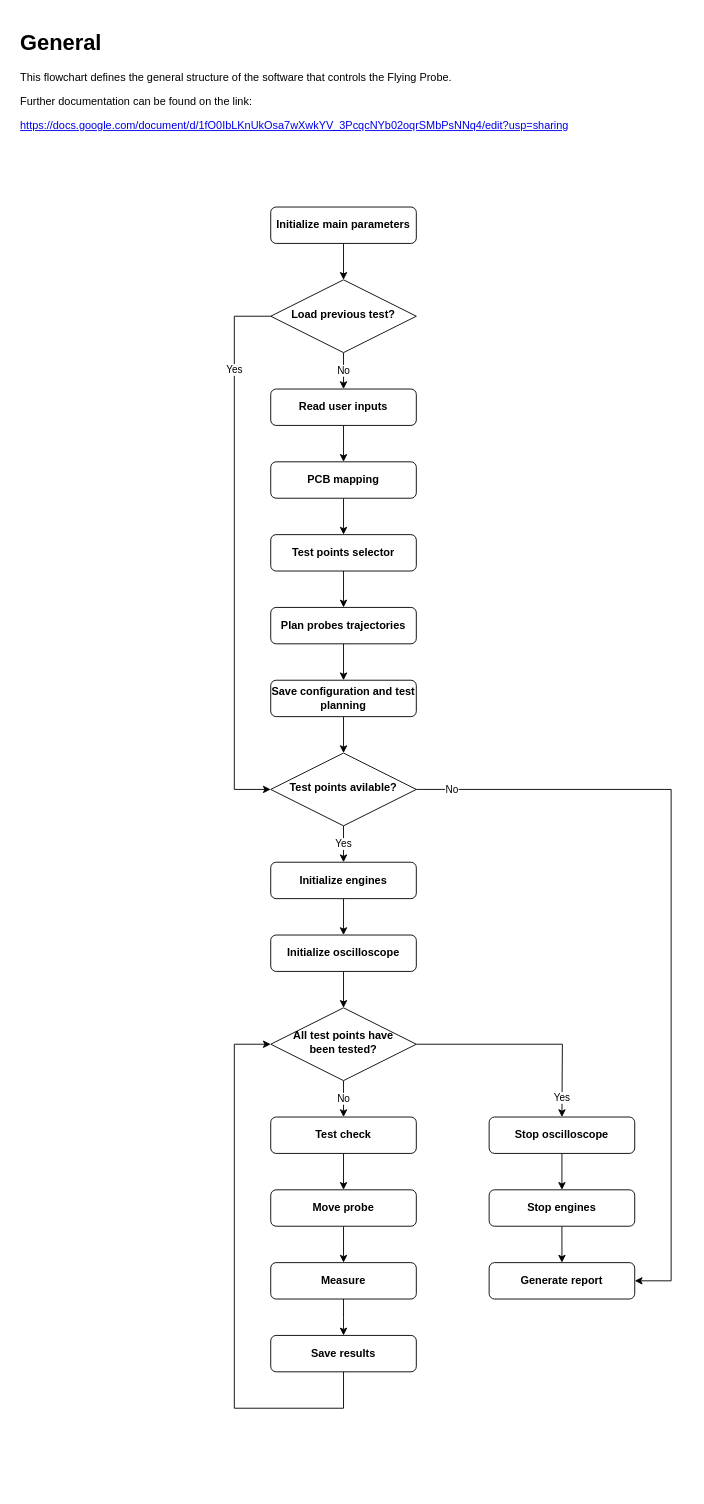
Carlosman1996/flying_probe keeps this draw.io diagram as page "General flowchart" (1 of 2) of docs/software/flowcharts.drawio. Above is the earlier version. Source tidied: cells renumbered, new cells numbered last; positions are measured from the earlier drawing's top-left corner, leaving out a move shared by most shapes. Both pictures are drawn from the tidied source at 91%, with x=0, y=0 at pixel (15, 25).
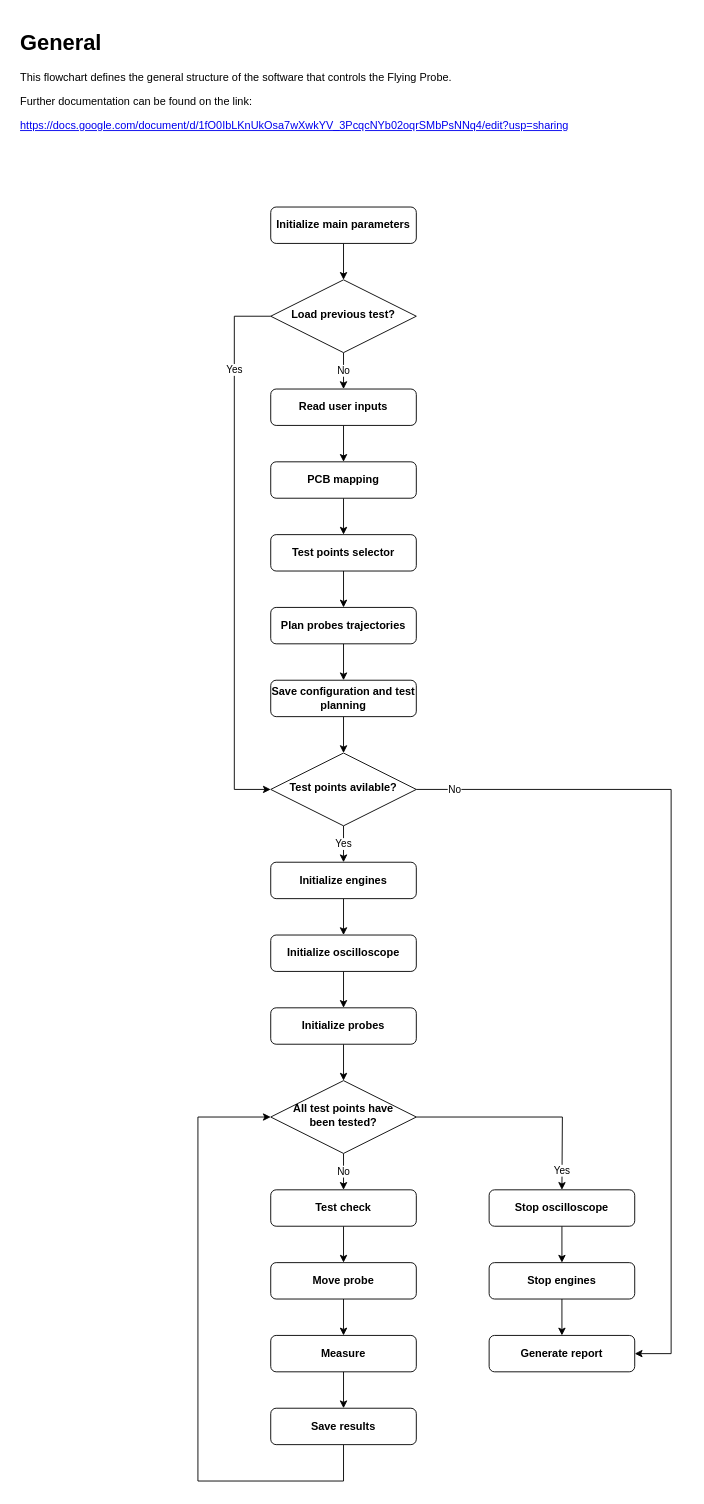
The same diagram, later.

Commit message (it also covers changes not shown here):
Probes controller: architecture defined, implemented and added integration tests

The change refers to these unchanged cells:
```xml
<mxCell id="10" value="&lt;b&gt;Initialize oscilloscope&lt;/b&gt;" style="rounded=1;whiteSpace=wrap;html=1;fontSize=12;glass=0;strokeWidth=1;shadow=0;align=center;" parent="1" vertex="1">
  <mxGeometry x="280" y="1000" width="160" height="40" as="geometry" />
</mxCell>
<mxCell id="37" value="&lt;b&gt;Test points avilable?&lt;/b&gt;" style="rhombus;whiteSpace=wrap;html=1;shadow=0;fontFamily=Helvetica;fontSize=12;align=center;strokeWidth=1;spacing=6;spacingTop=-4;" parent="1" vertex="1">
  <mxGeometry x="280" y="800" width="160" height="80" as="geometry" />
</mxCell>
```

The edit, as a diff of the source:
```diff
@@
-    <mxCell id="9" style="edgeStyle=orthogonalEdgeStyle;rounded=0;jettySize=auto;html=1;entryX=0.5;entryY=0;entryDx=0;entryDy=0;" parent="1" edge="1" source="10" target="19">
-      <mxGeometry relative="1" as="geometry" />
-    </mxCell>
+    <mxCell id="41" style="edgeStyle=orthogonalEdgeStyle;rounded=0;jettySize=auto;html=1;entryX=0.5;entryY=0;entryDx=0;entryDy=0;" parent="1" edge="1" source="10" target="43">
+      <mxGeometry relative="1" as="geometry" />
+    </mxCell>
@@
     <mxCell id="17" value="No" style="edgeStyle=orthogonalEdgeStyle;rounded=0;jettySize=auto;html=1;" parent="1" edge="1" source="19">
       <mxGeometry relative="1" as="geometry">
-        <mxPoint x="360" y="1200" as="targetPoint" />
+        <mxPoint x="360" y="1280" as="targetPoint" />
       </mxGeometry>
     </mxCell>
     <mxCell id="18" value="Yes" style="edgeStyle=orthogonalEdgeStyle;rounded=0;jettySize=auto;html=1;" parent="1" edge="1" source="19">
       <mxGeometry x="0.83" relative="1" as="geometry">
-        <mxPoint x="600" y="1200" as="targetPoint" />
+        <mxPoint x="600" y="1280" as="targetPoint" />
       </mxGeometry>
     </mxCell>
     <mxCell id="19" value="&lt;b&gt;All test points have &lt;br&gt;been tested?&lt;/b&gt;" style="rhombus;whiteSpace=wrap;html=1;shadow=0;fontFamily=Helvetica;fontSize=12;align=center;strokeWidth=1;spacing=6;spacingTop=-4;" parent="1" vertex="1">
-      <mxGeometry x="280" y="1080" width="160" height="80" as="geometry" />
+      <mxGeometry x="280" y="1160" width="160" height="80" as="geometry" />
     </mxCell>
@@
     <mxCell id="21" value="&lt;b&gt;Stop oscilloscope&lt;/b&gt;" style="rounded=1;whiteSpace=wrap;html=1;fontSize=12;glass=0;strokeWidth=1;shadow=0;align=center;" parent="1" vertex="1">
-      <mxGeometry x="520" y="1200" width="160" height="40" as="geometry" />
+      <mxGeometry x="520" y="1280" width="160" height="40" as="geometry" />
     </mxCell>
@@
     <mxCell id="23" value="&lt;b&gt;Stop engines&lt;/b&gt;" style="rounded=1;whiteSpace=wrap;html=1;fontSize=12;glass=0;strokeWidth=1;shadow=0;align=center;" parent="1" vertex="1">
-      <mxGeometry x="520" y="1280" width="160" height="40" as="geometry" />
+      <mxGeometry x="520" y="1360" width="160" height="40" as="geometry" />
     </mxCell>
     <mxCell id="24" value="&lt;b&gt;Generate report&lt;/b&gt;" style="rounded=1;whiteSpace=wrap;html=1;fontSize=12;glass=0;strokeWidth=1;shadow=0;align=center;" parent="1" vertex="1">
-      <mxGeometry x="520" y="1360" width="160" height="40" as="geometry" />
+      <mxGeometry x="520" y="1440" width="160" height="40" as="geometry" />
     </mxCell>
@@
     <mxCell id="26" value="&lt;b&gt;Move probe&lt;/b&gt;" style="rounded=1;whiteSpace=wrap;html=1;fontSize=12;glass=0;strokeWidth=1;shadow=0;align=center;" parent="1" vertex="1">
-      <mxGeometry x="280" y="1280" width="160" height="40" as="geometry" />
+      <mxGeometry x="280" y="1360" width="160" height="40" as="geometry" />
     </mxCell>
     <mxCell id="27" style="edgeStyle=orthogonalEdgeStyle;rounded=0;jettySize=auto;html=1;" parent="1" edge="1" source="28">
       <mxGeometry relative="1" as="geometry">
-        <mxPoint x="360" y="1440" as="targetPoint" />
+        <mxPoint x="360" y="1520" as="targetPoint" />
       </mxGeometry>
     </mxCell>
     <mxCell id="28" value="&lt;b&gt;Measure&lt;/b&gt;" style="rounded=1;whiteSpace=wrap;html=1;fontSize=12;glass=0;strokeWidth=1;shadow=0;align=center;" parent="1" vertex="1">
-      <mxGeometry x="280" y="1360" width="160" height="40" as="geometry" />
+      <mxGeometry x="280" y="1440" width="160" height="40" as="geometry" />
     </mxCell>
     <mxCell id="29" style="edgeStyle=orthogonalEdgeStyle;rounded=0;jettySize=auto;html=1;entryX=0;entryY=0.5;entryDx=0;entryDy=0;exitX=0.5;exitY=1;exitDx=0;exitDy=0;" parent="1" edge="1" source="30" target="19">
       <mxGeometry relative="1" as="geometry">
         <Array as="points">
-          <mxPoint x="360" y="1520" />
-          <mxPoint x="240" y="1520" />
-          <mxPoint x="240" y="1120" />
+          <mxPoint x="360" y="1600" />
+          <mxPoint x="200" y="1600" />
+          <mxPoint x="200" y="1200" />
         </Array>
       </mxGeometry>
     </mxCell>
     <mxCell id="30" value="&lt;b&gt;Save results&lt;/b&gt;" style="rounded=1;whiteSpace=wrap;html=1;fontSize=12;glass=0;strokeWidth=1;shadow=0;align=center;" parent="1" vertex="1">
-      <mxGeometry x="280" y="1440" width="160" height="40" as="geometry" />
+      <mxGeometry x="280" y="1520" width="160" height="40" as="geometry" />
     </mxCell>
@@
     <mxCell id="32" value="&lt;b&gt;Test check&lt;/b&gt;" style="rounded=1;whiteSpace=wrap;html=1;fontSize=12;glass=0;strokeWidth=1;shadow=0;align=center;" parent="1" vertex="1">
-      <mxGeometry x="280" y="1200" width="160" height="40" as="geometry" />
+      <mxGeometry x="280" y="1280" width="160" height="40" as="geometry" />
     </mxCell>
@@
     <mxCell id="36" value="No" style="edgeStyle=orthogonalEdgeStyle;rounded=0;jettySize=auto;html=1;entryX=1;entryY=0.5;entryDx=0;entryDy=0;" parent="1" edge="1" source="37" target="24">
       <mxGeometry x="-0.91" relative="1" as="geometry">
         <Array as="points">
           <mxPoint x="720" y="840" />
-          <mxPoint x="720" y="1380" />
+          <mxPoint x="720" y="1460" />
         </Array>
       </mxGeometry>
     </mxCell>
@@
+    <mxCell id="42" style="edgeStyle=orthogonalEdgeStyle;rounded=0;jettySize=auto;html=1;entryX=0.5;entryY=0;entryDx=0;entryDy=0;" parent="1" edge="1" source="43" target="19">
+      <mxGeometry relative="1" as="geometry" />
+    </mxCell>
+    <mxCell id="43" value="&lt;b&gt;Initialize probes&lt;/b&gt;" style="rounded=1;whiteSpace=wrap;html=1;fontSize=12;glass=0;strokeWidth=1;shadow=0;align=center;" parent="1" vertex="1">
+      <mxGeometry x="280" y="1080" width="160" height="40" as="geometry" />
+    </mxCell>
```
